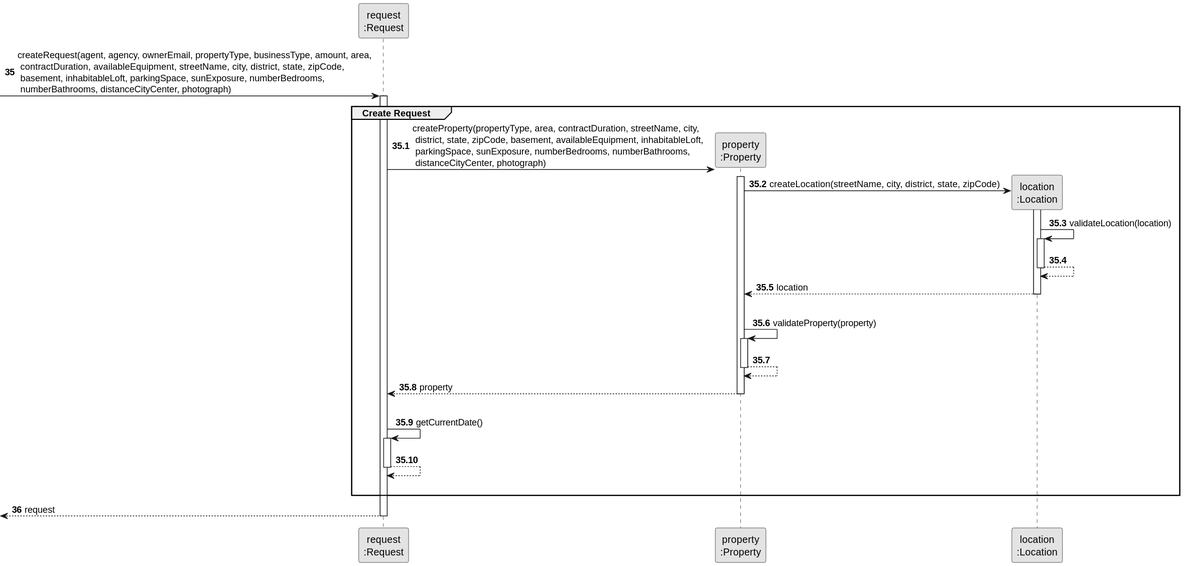
The PlantUML diagram docs/sprintB/us004/03.design/svg/us004-sequence-diagram-partial-create-request.svg in rita-barbosa/LAPR2-2223, before a commit.
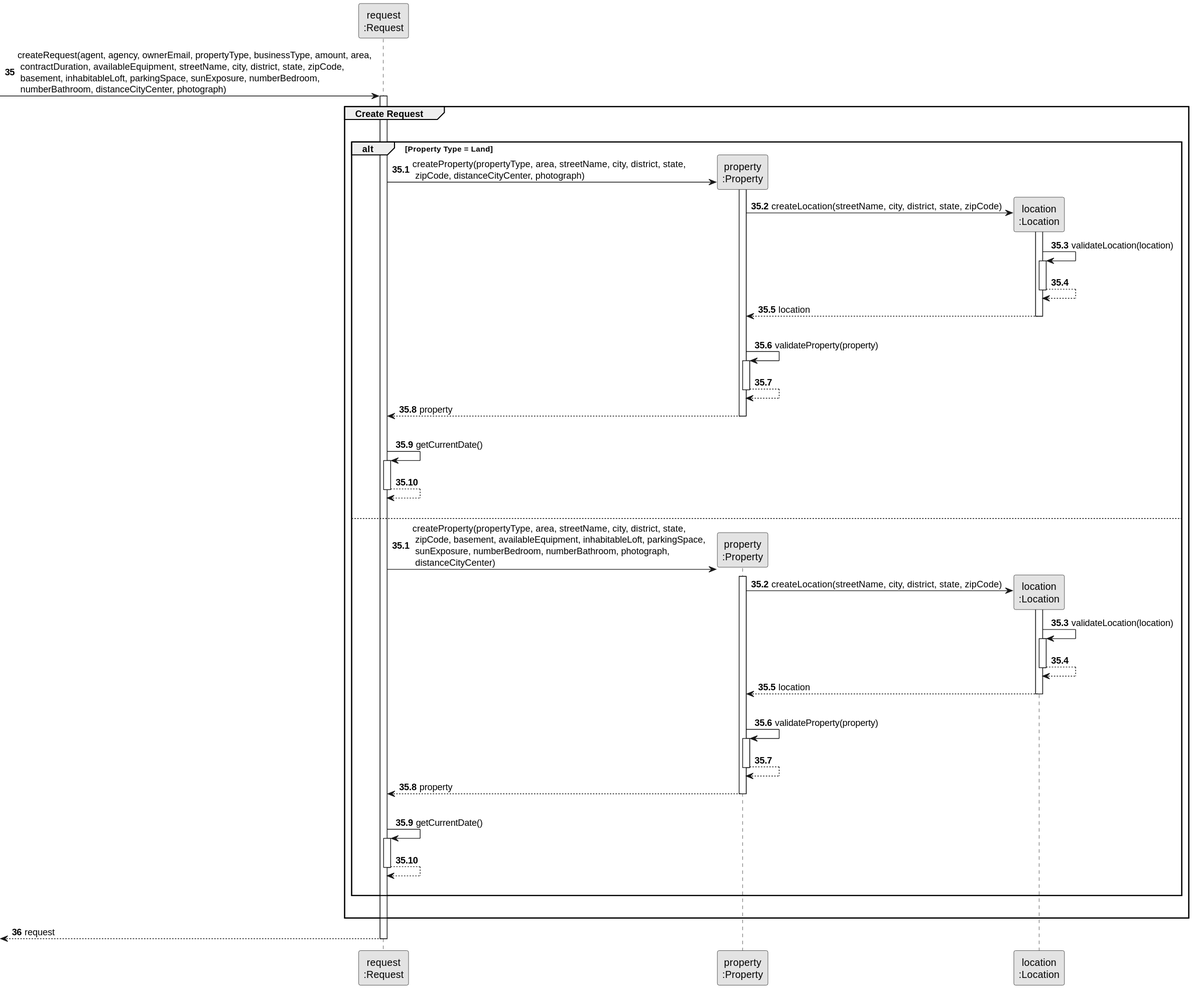
Later version of the same file.

What changed in the source:
```diff
@@ -9,14 +9,61 @@
 
 autonumber 35
 
-        -> REQUEST: createRequest(agent, agency, ownerEmail, propertyType, businessType, amount, area,\n contractDuration, availableEquipment, streetName, city, district, state, zipCode,\n basement, inhabitableLoft, parkingSpace, sunExposure, numberBedrooms,\n numberBathrooms, distanceCityCenter, photograph)
+        -> REQUEST: createRequest(agent, agency, ownerEmail, propertyType, businessType, amount, area,\n contractDuration, availableEquipment, streetName, city, district, state, zipCode,\n basement, inhabitableLoft, parkingSpace, sunExposure, numberBedroom,\n numberBathroom, distanceCityCenter, photograph)
         activate REQUEST
 
             group Create Request
 
+            |||
+                alt Property Type = Land
+
                 autonumber 35.1
 
-                REQUEST -> PROPERTY** : createProperty(propertyType, area, contractDuration, streetName, city,\n district, state, zipCode, basement, availableEquipment, inhabitableLoft,\n parkingSpace, sunExposure, numberBedrooms, numberBathrooms,\n distanceCityCenter, photograph)
+                REQUEST -> PROPERTY** : createProperty(propertyType, area, streetName, city, district, state,\n zipCode, distanceCityCenter, photograph)
+
+                                activate PROPERTY
+
+                               PROPERTY -> LOCATION** : createLocation(streetName, city, district, state, zipCode)
+
+                               activate LOCATION
+
+                               LOCATION -> LOCATION : validateLocation(location)
+
+                                   activate LOCATION
+
+                                   LOCATION --> LOCATION
+
+                                   deactivate LOCATION
+
+                               LOCATION --> PROPERTY : location
+
+                               deactivate LOCATION
+
+                               |||
+                               PROPERTY -> PROPERTY : validateProperty(property)
+
+                                    activate PROPERTY
+
+                                    PROPERTY --> PROPERTY
+
+                                    deactivate PROPERTY
+
+                               PROPERTY --> REQUEST : property
+
+                               deactivate PROPERTY
+
+                                |||
+                               REQUEST -> REQUEST : getCurrentDate()
+                               activate REQUEST
+
+                               REQUEST --> REQUEST :
+                               deactivate REQUEST
+                |||
+                else
+
+                autonumber 35.1
+
+                REQUEST -> PROPERTY** : createProperty(propertyType, area, streetName, city, district, state,\n zipCode, basement, availableEquipment, inhabitableLoft, parkingSpace,\n sunExposure, numberBedroom, numberBathroom, photograph,\n distanceCityCenter)
 
                 activate PROPERTY
 
@@ -57,7 +104,10 @@
                deactivate REQUEST
 
             |||
-            end group
+            end alt
+
+        |||
+        end group
 
         autonumber 36
 
```
